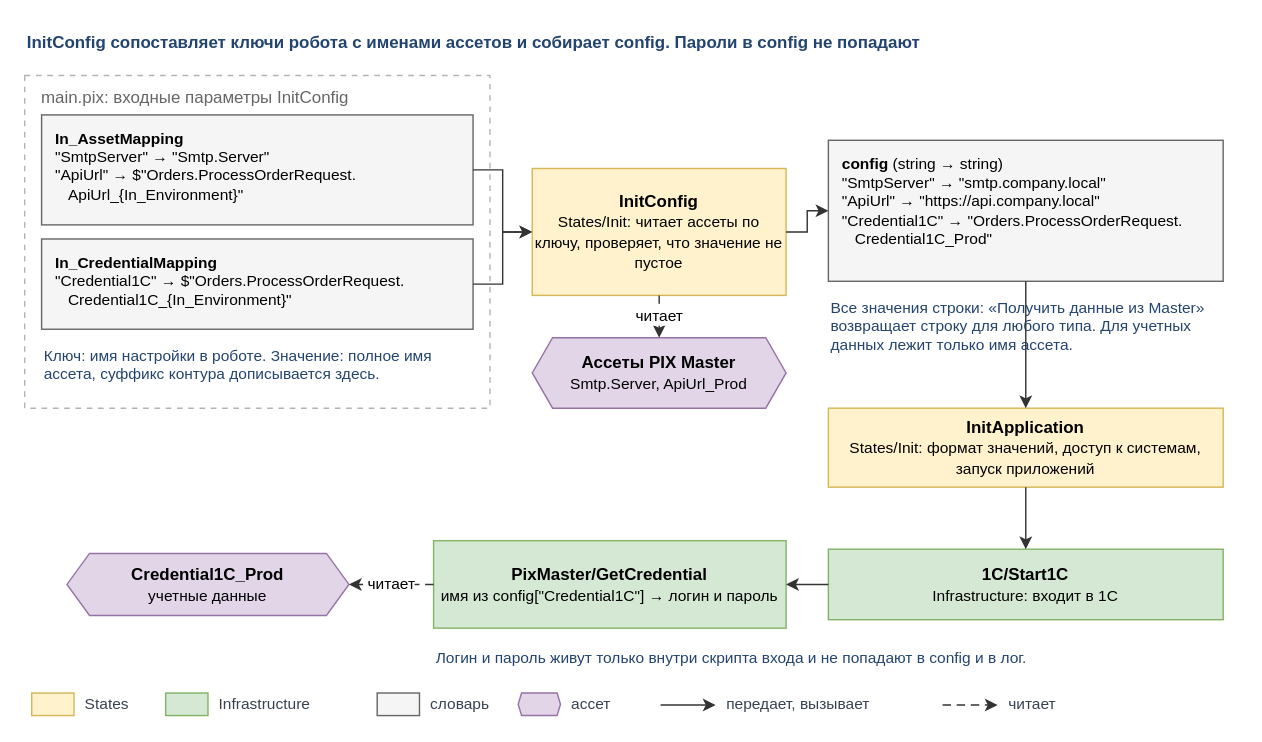
Earlier version of the draw.io diagram page "config / config-init" (9 of 10) of images/diagrams.drawio (TheMrDJek/PixRpaDevelopmentConventions). Source tidied: cells renumbered, new cells numbered last; positions are measured from the earlier drawing's top-left corner, leaving out a move shared by most shapes. Both pictures are drawn from the tidied source at 141%, with x=0, y=0 at pixel (24, 24).
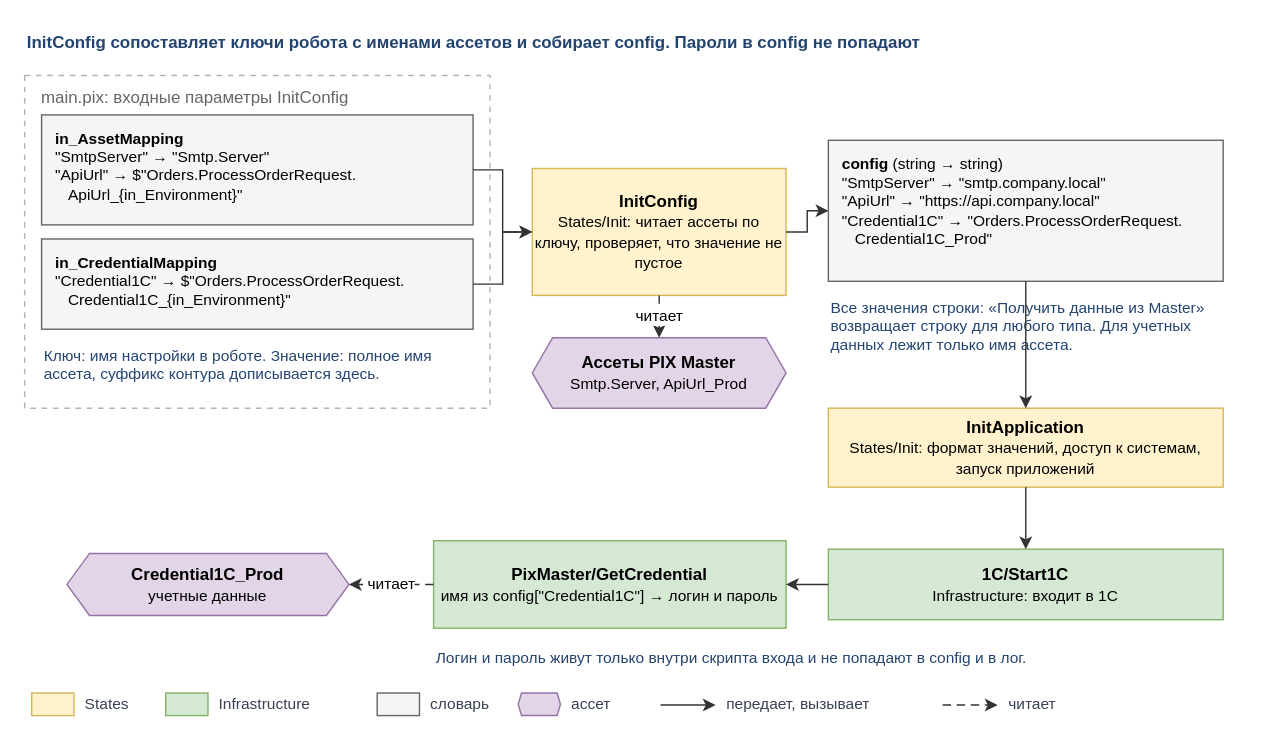
Above is the later version.

What changed in the source:
```diff
@@
-    <mxCell id="4" value="&lt;b&gt;In_AssetMapping&lt;/b&gt;&lt;br&gt;&quot;SmtpServer&quot; → &quot;Smtp.Server&quot;&lt;br&gt;&quot;ApiUrl&quot; → $&quot;Orders.ProcessOrderRequest.&lt;br&gt;&amp;nbsp;&amp;nbsp;&amp;nbsp;ApiUrl_{In_Environment}&quot;" style="rounded=0;fillColor=#F5F5F5;strokeColor=#666666;strokeWidth=1;fontColor=#000000;fontSize=12;whiteSpace=wrap;html=1;fontFamily=Helvetica;align=left;verticalAlign=top;spacingLeft=8;spacingTop=4;fontSize=11;" parent="1" vertex="1">
+    <mxCell id="4" value="&lt;b&gt;in_AssetMapping&lt;/b&gt;&lt;br&gt;&quot;SmtpServer&quot; → &quot;Smtp.Server&quot;&lt;br&gt;&quot;ApiUrl&quot; → $&quot;Orders.ProcessOrderRequest.&lt;br&gt;&amp;nbsp;&amp;nbsp;&amp;nbsp;ApiUrl_{in_Environment}&quot;" style="rounded=0;fillColor=#F5F5F5;strokeColor=#666666;strokeWidth=1;fontColor=#000000;fontSize=12;whiteSpace=wrap;html=1;fontFamily=Helvetica;align=left;verticalAlign=top;spacingLeft=8;spacingTop=4;fontSize=11;" parent="1" vertex="1">
       <mxGeometry x="12" y="64" width="306" height="78" as="geometry" />
     </mxCell>
-    <mxCell id="5" value="&lt;b&gt;In_CredentialMapping&lt;/b&gt;&lt;br&gt;&quot;Credential1C&quot; → $&quot;Orders.ProcessOrderRequest.&lt;br&gt;&amp;nbsp;&amp;nbsp;&amp;nbsp;Credential1C_{In_Environment}&quot;" style="rounded=0;fillColor=#F5F5F5;strokeColor=#666666;strokeWidth=1;fontColor=#000000;fontSize=12;whiteSpace=wrap;html=1;fontFamily=Helvetica;align=left;verticalAlign=top;spacingLeft=8;spacingTop=4;fontSize=11;" parent="1" vertex="1">
+    <mxCell id="5" value="&lt;b&gt;in_CredentialMapping&lt;/b&gt;&lt;br&gt;&quot;Credential1C&quot; → $&quot;Orders.ProcessOrderRequest.&lt;br&gt;&amp;nbsp;&amp;nbsp;&amp;nbsp;Credential1C_{in_Environment}&quot;" style="rounded=0;fillColor=#F5F5F5;strokeColor=#666666;strokeWidth=1;fontColor=#000000;fontSize=12;whiteSpace=wrap;html=1;fontFamily=Helvetica;align=left;verticalAlign=top;spacingLeft=8;spacingTop=4;fontSize=11;" parent="1" vertex="1">
       <mxGeometry x="12" y="152" width="306" height="64" as="geometry" />
     </mxCell>
```
